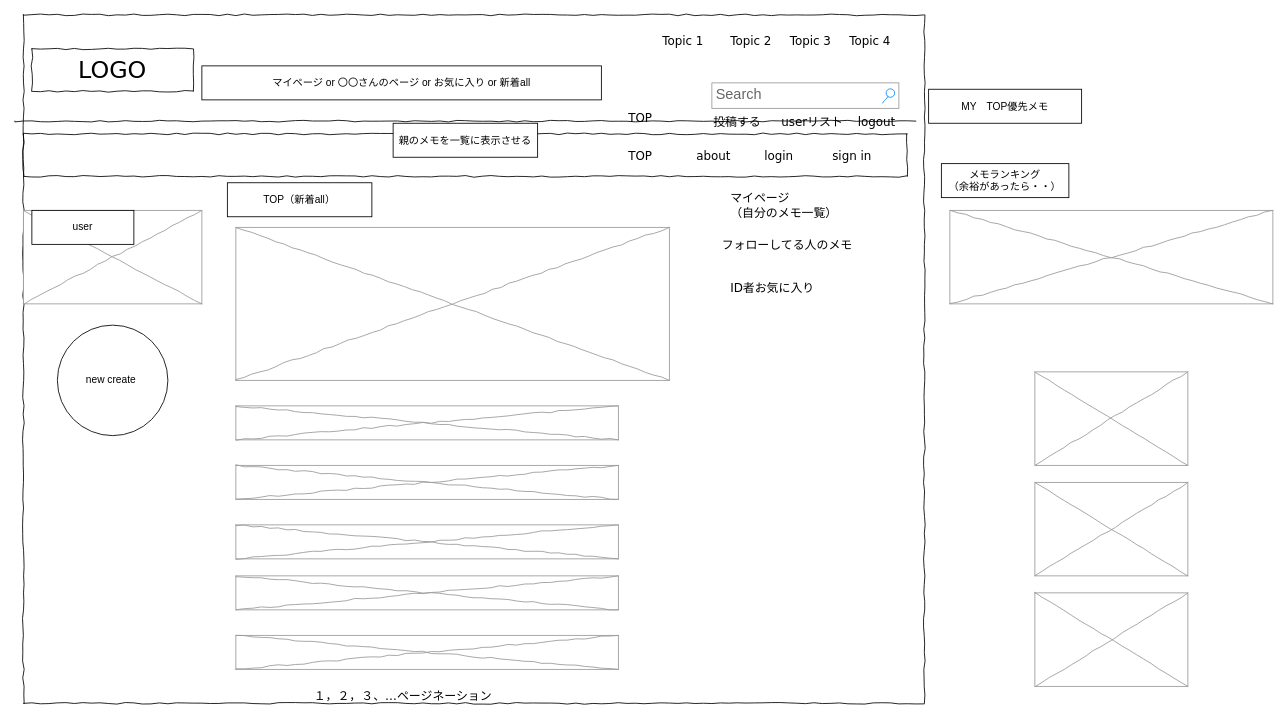
Earlier version of the draw.io diagram page "main 一覧（全部）" (3 of 8) of Untitled Diagram.drawio (kyon-kyon/port2). Source tidied: cells renumbered, new cells numbered last; positions are measured from the earlier drawing's top-left corner, leaving out a move shared by most shapes. Both pictures are drawn from the tidied source at 85%, with x=0, y=0 at pixel (14, 14).
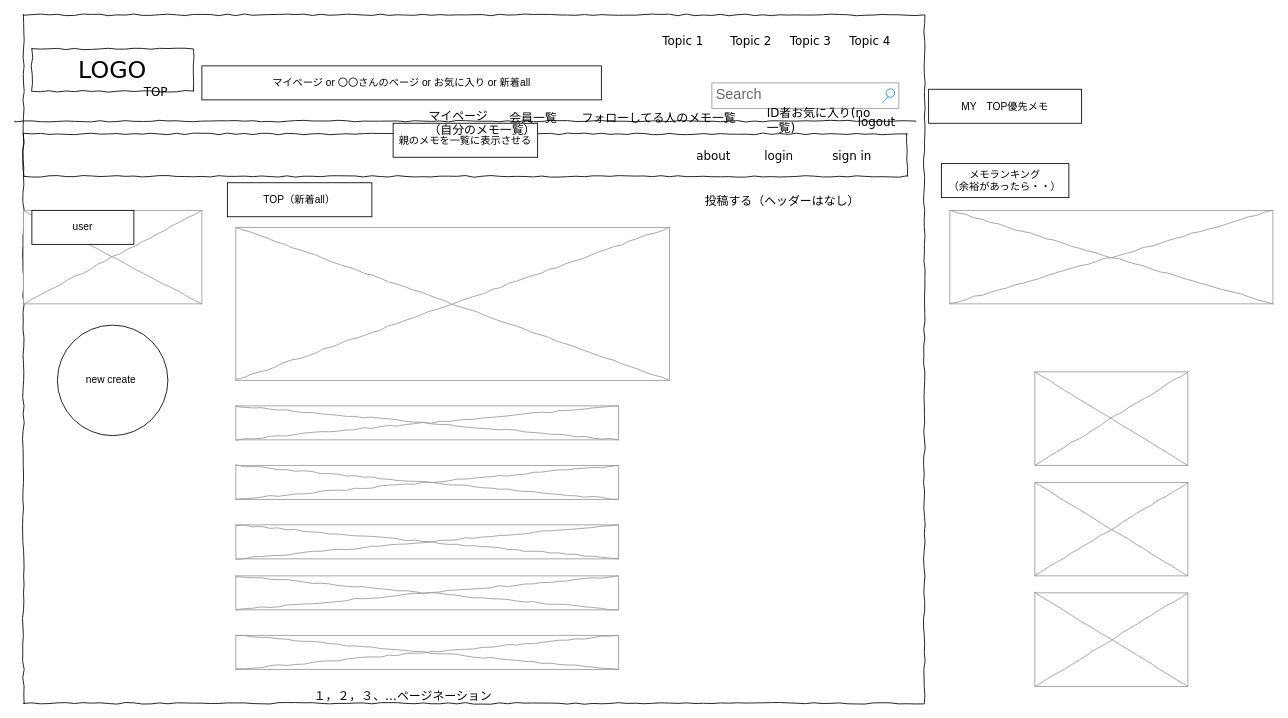
Above is the later version.

The edit, as a diff of the source:
```diff
@@
-    <mxCell id="11" value="TOP" style="text;html=1;align=left;verticalAlign=top;spacingTop=-4;fontSize=14;fontFamily=Verdana;" parent="1" vertex="1">
-      <mxGeometry x="720" y="155" width="60" height="20" as="geometry" />
-    </mxCell>
@@
     <mxCell id="30" value="マイページ&lt;br&gt;（自分のメモ一覧）" style="text;html=1;align=left;verticalAlign=top;spacingTop=-4;fontSize=14;fontFamily=Verdana;" parent="1" vertex="1">
-      <mxGeometry x="840" y="205" width="70" height="25" as="geometry" />
+      <mxGeometry x="485" y="107.5" width="70" height="25" as="geometry" />
     </mxCell>
-    <mxCell id="31" value="userリスト" style="text;html=1;align=left;verticalAlign=top;spacingTop=-4;fontSize=14;fontFamily=Verdana;" parent="1" vertex="1">
-      <mxGeometry x="900" y="115" width="60" height="20" as="geometry" />
+    <mxCell id="31" value="会員一覧" style="text;html=1;align=left;verticalAlign=top;spacingTop=-4;fontSize=14;fontFamily=Verdana;" parent="1" vertex="1">
+      <mxGeometry x="580" y="110" width="60" height="20" as="geometry" />
     </mxCell>
-    <mxCell id="32" value="投稿する" style="text;html=1;align=left;verticalAlign=top;spacingTop=-4;fontSize=14;fontFamily=Verdana;" parent="1" vertex="1">
-      <mxGeometry x="820" y="115" width="60" height="20" as="geometry" />
+    <mxCell id="32" value="投稿する（ヘッダーはなし）" style="text;html=1;align=left;verticalAlign=top;spacingTop=-4;fontSize=14;fontFamily=Verdana;" parent="1" vertex="1">
+      <mxGeometry x="810" y="207.5" width="160" height="20" as="geometry" />
     </mxCell>
@@
     <mxCell id="38" value="TOP　&lt;br&gt;" style="text;html=1;align=left;verticalAlign=top;spacingTop=-4;fontSize=14;fontFamily=Verdana;" parent="1" vertex="1">
-      <mxGeometry x="720" y="110" width="80" height="20" as="geometry" />
+      <mxGeometry x="150" y="80" width="80" height="20" as="geometry" />
     </mxCell>
-    <mxCell id="39" value="フォローしてる人のメモ" style="text;html=1;align=left;verticalAlign=top;spacingTop=-4;fontSize=14;fontFamily=Verdana;" parent="1" vertex="1">
-      <mxGeometry x="830" y="260" width="175" height="20" as="geometry" />
+    <mxCell id="39" value="フォローしてる人のメモ一覧" style="text;html=1;align=left;verticalAlign=top;spacingTop=-4;fontSize=14;fontFamily=Verdana;" parent="1" vertex="1">
+      <mxGeometry x="665" y="110" width="175" height="20" as="geometry" />
     </mxCell>
-    <mxCell id="40" value="ID者お気に入り" style="text;html=1;align=left;verticalAlign=top;spacingTop=-4;fontSize=14;fontFamily=Verdana;" parent="1" vertex="1">
-      <mxGeometry x="840" y="310" width="187.5" height="40" as="geometry" />
+    <mxCell id="40" value="ID者お気に入り(no&lt;br&gt;一覧)&lt;br&gt;" style="text;html=1;align=left;verticalAlign=top;spacingTop=-4;fontSize=14;fontFamily=Verdana;" parent="1" vertex="1">
+      <mxGeometry x="882.5" y="105" width="187.5" height="40" as="geometry" />
     </mxCell>
```
